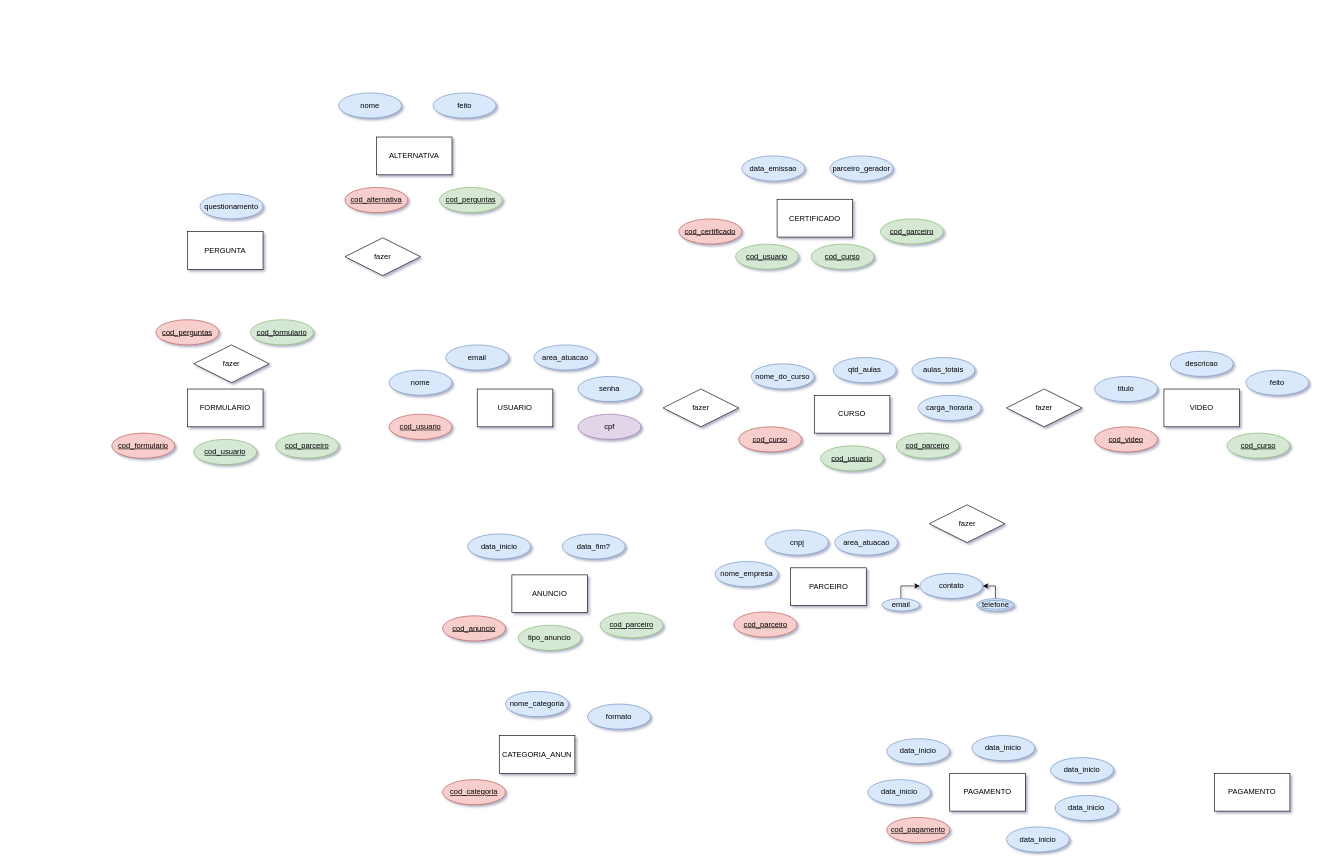
This is ST.drawio from arthurmesquita2001/Banco_de_Dados, a draw.io file, before an edit. Source tidied: cells renumbered, new cells numbered last; positions are measured from the earlier drawing's top-left corner, leaving out a move shared by most shapes. Both pictures are drawn from the tidied source at 63%, with x=0, y=0 at pixel (112, 93).
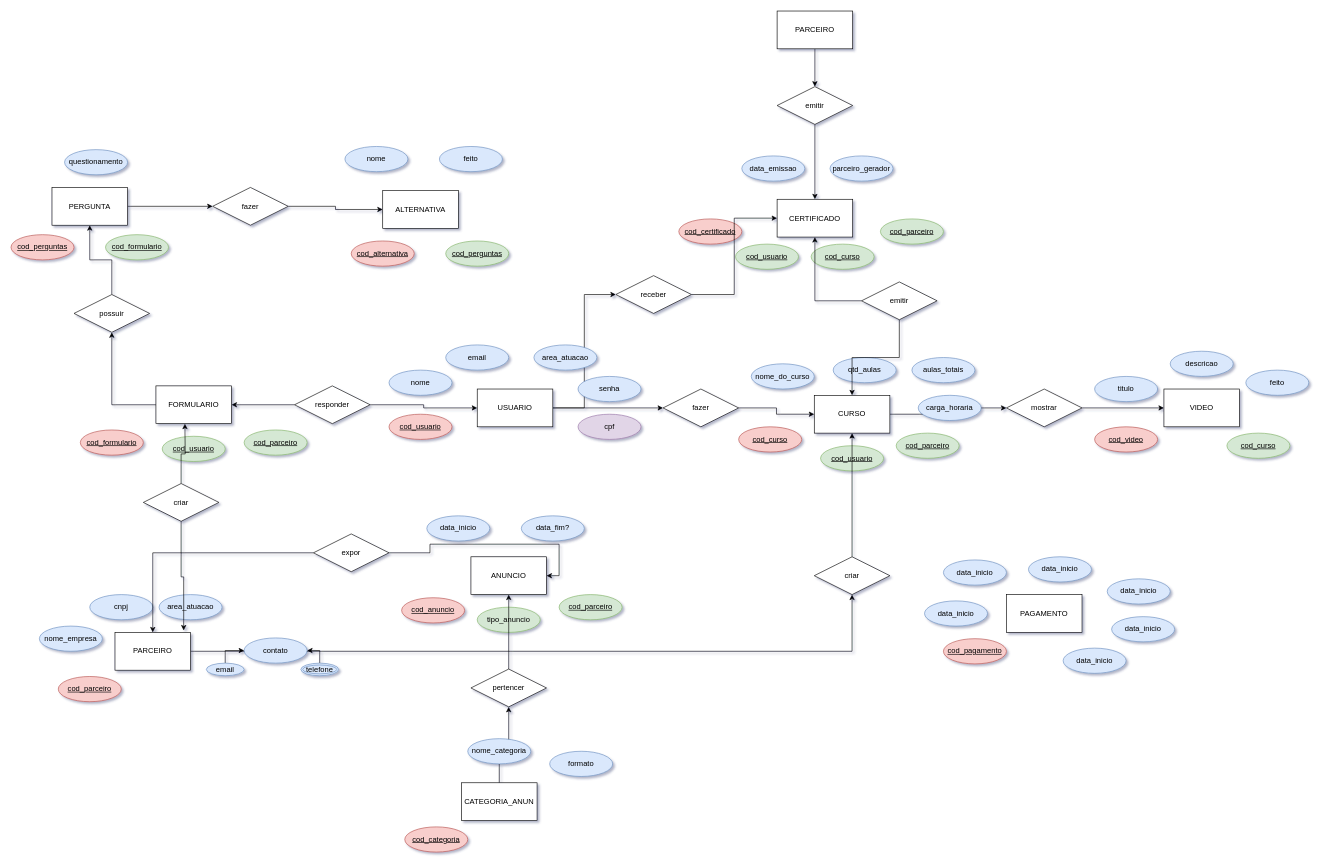
The same page after the edit.

Unchanged cells that the change refers to:
```xml
<mxCell id="2" value="USUARIO" style="rounded=0;whiteSpace=wrap;html=1;" parent="1" vertex="1">
  <mxGeometry x="580" y="470" width="120" height="60" as="geometry" />
</mxCell>
<mxCell id="6" value="CURSO" style="rounded=0;whiteSpace=wrap;html=1;" parent="1" vertex="1">
  <mxGeometry x="1115" y="480" width="120" height="60" as="geometry" />
</mxCell>
<mxCell id="11" value="VIDEO" style="rounded=0;whiteSpace=wrap;html=1;" parent="1" vertex="1">
  <mxGeometry x="1670" y="470" width="120" height="60" as="geometry" />
</mxCell>
<mxCell id="55" value="CERTIFICADO" style="rounded=0;whiteSpace=wrap;html=1;" parent="1" vertex="1">
  <mxGeometry x="1056" y="168.8" width="120" height="60" as="geometry" />
</mxCell>
<mxCell id="73" value="fazer" style="shape=rhombus;perimeter=rhombusPerimeter;whiteSpace=wrap;html=1;align=center;" parent="1" vertex="1">
  <mxGeometry x="875" y="470" width="120" height="60" as="geometry" />
</mxCell>
```

The edit, as a diff of the source:
```diff
@@
+    <mxCell id="78" style="edgeStyle=orthogonalEdgeStyle;rounded=0;jettySize=auto;html=1;entryX=0;entryY=0.5;entryDx=0;entryDy=0;" parent="1" edge="1" source="2" target="92">
+      <mxGeometry relative="1" as="geometry" />
+    </mxCell>
+    <mxCell id="79" style="edgeStyle=orthogonalEdgeStyle;rounded=0;jettySize=auto;html=1;entryX=0;entryY=0.5;entryDx=0;entryDy=0;" parent="1" edge="1" source="2" target="73">
+      <mxGeometry relative="1" as="geometry" />
+    </mxCell>
@@
+    <mxCell id="80" style="edgeStyle=orthogonalEdgeStyle;rounded=0;jettySize=auto;html=1;entryX=0;entryY=0.5;entryDx=0;entryDy=0;" parent="1" edge="1" source="6" target="75">
+      <mxGeometry relative="1" as="geometry" />
+    </mxCell>
@@
+    <mxCell id="81" style="edgeStyle=orthogonalEdgeStyle;rounded=0;jettySize=auto;html=1;entryX=0.5;entryY=1;entryDx=0;entryDy=0;" parent="1" edge="1" source="16" target="102">
+      <mxGeometry relative="1" as="geometry" />
+    </mxCell>
     <mxCell id="16" value="PARCEIRO" style="rounded=0;whiteSpace=wrap;html=1;" parent="1" vertex="1">
-      <mxGeometry x="1077.5" y="753.8" width="120" height="60" as="geometry" />
+      <mxGeometry x="5" y="856.3" width="120" height="60" as="geometry" />
     </mxCell>
     <mxCell id="17" value="cod_parceiro" style="ellipse;whiteSpace=wrap;html=1;align=center;fontStyle=4;fillColor=#f8cecc;strokeColor=#b85450;" parent="1" vertex="1">
-      <mxGeometry x="987.5" y="823.8" width="100" height="40" as="geometry" />
+      <mxGeometry x="-85" y="926.3" width="100" height="40" as="geometry" />
     </mxCell>
@@
     <mxCell id="19" value="ANUNCIO" style="rounded=0;whiteSpace=wrap;html=1;" parent="1" vertex="1">
-      <mxGeometry x="635" y="765" width="120" height="60" as="geometry" />
+      <mxGeometry x="570" y="736.3" width="120" height="60" as="geometry" />
     </mxCell>
     <mxCell id="20" value="nome_empresa" style="ellipse;whiteSpace=wrap;html=1;align=center;fillColor=#dae8fc;strokeColor=#6c8ebf;" parent="1" vertex="1">
-      <mxGeometry x="957.5" y="743.8" width="100" height="40" as="geometry" />
+      <mxGeometry x="-115" y="846.3" width="100" height="40" as="geometry" />
     </mxCell>
     <mxCell id="21" value="cnpj" style="ellipse;whiteSpace=wrap;html=1;align=center;fillColor=#dae8fc;strokeColor=#6c8ebf;" parent="1" vertex="1">
-      <mxGeometry x="1037.5" y="693.8" width="100" height="40" as="geometry" />
+      <mxGeometry x="-35" y="796.3" width="100" height="40" as="geometry" />
     </mxCell>
     <mxCell id="22" value="area_atuacao" style="ellipse;whiteSpace=wrap;html=1;align=center;fillColor=#dae8fc;strokeColor=#6c8ebf;" parent="1" vertex="1">
-      <mxGeometry x="1147.5" y="693.8" width="100" height="40" as="geometry" />
+      <mxGeometry x="75" y="796.3" width="100" height="40" as="geometry" />
     </mxCell>
@@
     <mxCell id="25" value="PAGAMENTO" style="rounded=0;whiteSpace=wrap;html=1;" parent="1" vertex="1">
-      <mxGeometry x="1330" y="1080" width="120" height="60" as="geometry" />
+      <mxGeometry x="1420" y="796.3" width="120" height="60" as="geometry" />
     </mxCell>
     <mxCell id="26" value="contato" style="ellipse;whiteSpace=wrap;html=1;fillColor=#dae8fc;strokeColor=#6c8ebf;" parent="1" vertex="1">
-      <mxGeometry x="1282.5" y="762.6" width="100" height="40" as="geometry" />
+      <mxGeometry x="210" y="865.1" width="100" height="40" as="geometry" />
     </mxCell>
@@
     <mxCell id="28" value="email" style="ellipse;whiteSpace=wrap;html=1;align=center;fontSize=12;fillColor=#dae8fc;strokeColor=#6c8ebf;" parent="1" vertex="1">
-      <mxGeometry x="1222.5" y="802.6" width="60" height="20" as="geometry" />
+      <mxGeometry x="150" y="905.1" width="60" height="20" as="geometry" />
     </mxCell>
@@
     <mxCell id="30" value="telefone" style="ellipse;shape=doubleEllipse;margin=3;whiteSpace=wrap;html=1;align=center;fillColor=#dae8fc;strokeColor=#6c8ebf;" parent="1" vertex="1">
-      <mxGeometry x="1372.5" y="802.6" width="60" height="20" as="geometry" />
+      <mxGeometry x="300" y="905.1" width="60" height="20" as="geometry" />
     </mxCell>
@@
     <mxCell id="33" value="cod_anuncio" style="ellipse;whiteSpace=wrap;html=1;align=center;fontStyle=4;fillColor=#f8cecc;strokeColor=#b85450;" parent="1" vertex="1">
-      <mxGeometry x="525" y="830" width="100" height="40" as="geometry" />
+      <mxGeometry x="460" y="801.3" width="100" height="40" as="geometry" />
     </mxCell>
     <mxCell id="34" value="cod_pagamento" style="ellipse;whiteSpace=wrap;html=1;align=center;fontStyle=4;fillColor=#f8cecc;strokeColor=#b85450;" parent="1" vertex="1">
-      <mxGeometry x="1230" y="1150" width="100" height="40" as="geometry" />
+      <mxGeometry x="1320" y="866.3" width="100" height="40" as="geometry" />
     </mxCell>
@@
     <mxCell id="37" value="data_inicio" style="ellipse;whiteSpace=wrap;html=1;align=center;fillColor=#dae8fc;strokeColor=#6c8ebf;" parent="1" vertex="1">
-      <mxGeometry x="1230" y="1025" width="100" height="40" as="geometry" />
+      <mxGeometry x="1320" y="741.3" width="100" height="40" as="geometry" />
     </mxCell>
     <mxCell id="38" value="data_inicio" style="ellipse;whiteSpace=wrap;html=1;align=center;fillColor=#dae8fc;strokeColor=#6c8ebf;" parent="1" vertex="1">
-      <mxGeometry x="1365" y="1020" width="100" height="40" as="geometry" />
+      <mxGeometry x="1455" y="736.3" width="100" height="40" as="geometry" />
     </mxCell>
     <mxCell id="39" value="data_inicio" style="ellipse;whiteSpace=wrap;html=1;align=center;fillColor=#dae8fc;strokeColor=#6c8ebf;" parent="1" vertex="1">
-      <mxGeometry x="1490" y="1055" width="100" height="40" as="geometry" />
+      <mxGeometry x="1580" y="771.3" width="100" height="40" as="geometry" />
     </mxCell>
     <mxCell id="40" value="data_inicio" style="ellipse;whiteSpace=wrap;html=1;align=center;fillColor=#dae8fc;strokeColor=#6c8ebf;" parent="1" vertex="1">
-      <mxGeometry x="1497" y="1115" width="100" height="40" as="geometry" />
+      <mxGeometry x="1587" y="831.3" width="100" height="40" as="geometry" />
     </mxCell>
     <mxCell id="41" value="data_inicio" style="ellipse;whiteSpace=wrap;html=1;align=center;fillColor=#dae8fc;strokeColor=#6c8ebf;" parent="1" vertex="1">
-      <mxGeometry x="1200" y="1090" width="100" height="40" as="geometry" />
+      <mxGeometry x="1290" y="806.3" width="100" height="40" as="geometry" />
     </mxCell>
     <mxCell id="42" value="data_inicio" style="ellipse;whiteSpace=wrap;html=1;align=center;fillColor=#dae8fc;strokeColor=#6c8ebf;" parent="1" vertex="1">
-      <mxGeometry x="1420" y="1165" width="100" height="40" as="geometry" />
+      <mxGeometry x="1510" y="881.3" width="100" height="40" as="geometry" />
     </mxCell>
-    <mxCell id="43" value="PAGAMENTO" style="rounded=0;whiteSpace=wrap;html=1;" parent="1" vertex="1">
-      <mxGeometry x="1750" y="1080" width="120" height="60" as="geometry" />
-    </mxCell>
     <mxCell id="44" value="cod_parceiro" style="ellipse;whiteSpace=wrap;html=1;align=center;fontStyle=4;fillColor=#d5e8d4;strokeColor=#82b366;" parent="1" vertex="1">
-      <mxGeometry x="775" y="825" width="100" height="40" as="geometry" />
+      <mxGeometry x="710" y="796.3" width="100" height="40" as="geometry" />
     </mxCell>
+    <mxCell id="82" style="edgeStyle=orthogonalEdgeStyle;rounded=0;jettySize=auto;html=1;entryX=0.5;entryY=1;entryDx=0;entryDy=0;" parent="1" edge="1" source="45" target="77">
+      <mxGeometry relative="1" as="geometry" />
+    </mxCell>
     <mxCell id="45" value="FORMULARIO" style="rounded=0;whiteSpace=wrap;html=1;" parent="1" vertex="1">
-      <mxGeometry x="120" y="470" width="120" height="60" as="geometry" />
+      <mxGeometry x="70" y="465" width="120" height="60" as="geometry" />
     </mxCell>
     <mxCell id="46" value="cod_formulario" style="ellipse;whiteSpace=wrap;html=1;align=center;fontStyle=4;fillColor=#f8cecc;strokeColor=#b85450;" parent="1" vertex="1">
-      <mxGeometry y="540" width="100" height="40" as="geometry" />
+      <mxGeometry x="-50" y="535" width="100" height="40" as="geometry" />
     </mxCell>
     <mxCell id="47" value="tipo_anuncio" style="ellipse;whiteSpace=wrap;html=1;align=center;fillColor=#d5e8d4;strokeColor=#82b366;" parent="1" vertex="1">
-      <mxGeometry x="645" y="845" width="100" height="40" as="geometry" />
+      <mxGeometry x="580" y="816.3" width="100" height="40" as="geometry" />
     </mxCell>
+    <mxCell id="83" style="edgeStyle=orthogonalEdgeStyle;rounded=0;jettySize=auto;html=1;entryX=0.5;entryY=1;entryDx=0;entryDy=0;" parent="1" edge="1" source="48" target="100">
+      <mxGeometry relative="1" as="geometry" />
+    </mxCell>
     <mxCell id="48" value="CATEGORIA_ANUN" style="rounded=0;whiteSpace=wrap;html=1;" parent="1" vertex="1">
-      <mxGeometry x="615" y="1020" width="120" height="60" as="geometry" />
+      <mxGeometry x="555" y="1095" width="120" height="60" as="geometry" />
     </mxCell>
     <mxCell id="49" value="cod_categoria" style="ellipse;whiteSpace=wrap;html=1;align=center;fontStyle=4;fillColor=#f8cecc;strokeColor=#b85450;" parent="1" vertex="1">
-      <mxGeometry x="525" y="1090" width="100" height="40" as="geometry" />
+      <mxGeometry x="465" y="1165" width="100" height="40" as="geometry" />
     </mxCell>
     <mxCell id="50" value="nome_categoria" style="ellipse;whiteSpace=wrap;html=1;align=center;fillColor=#dae8fc;strokeColor=#6c8ebf;" parent="1" vertex="1">
-      <mxGeometry x="625" y="950" width="100" height="40" as="geometry" />
+      <mxGeometry x="565" y="1025" width="100" height="40" as="geometry" />
     </mxCell>
     <mxCell id="51" value="formato" style="ellipse;whiteSpace=wrap;html=1;align=center;fillColor=#dae8fc;strokeColor=#6c8ebf;" parent="1" vertex="1">
-      <mxGeometry x="755" y="970" width="100" height="40" as="geometry" />
+      <mxGeometry x="695" y="1045" width="100" height="40" as="geometry" />
     </mxCell>
     <mxCell id="52" value="data_inicio" style="ellipse;whiteSpace=wrap;html=1;align=center;fillColor=#dae8fc;strokeColor=#6c8ebf;" parent="1" vertex="1">
-      <mxGeometry x="565" y="700" width="100" height="40" as="geometry" />
+      <mxGeometry x="500" y="671.3" width="100" height="40" as="geometry" />
     </mxCell>
     <mxCell id="53" value="data_fim?" style="ellipse;whiteSpace=wrap;html=1;align=center;fillColor=#dae8fc;strokeColor=#6c8ebf;" parent="1" vertex="1">
-      <mxGeometry x="715" y="700" width="100" height="40" as="geometry" />
+      <mxGeometry x="650" y="671.3" width="100" height="40" as="geometry" />
     </mxCell>
     <mxCell id="54" value="cod_usuario" style="ellipse;whiteSpace=wrap;html=1;align=center;fontStyle=4;fillColor=#d5e8d4;strokeColor=#82b366;" parent="1" vertex="1">
-      <mxGeometry x="130" y="550" width="100" height="40" as="geometry" />
+      <mxGeometry x="80" y="545" width="100" height="40" as="geometry" />
     </mxCell>
@@
     <mxCell id="58" value="cod_parceiro" style="ellipse;whiteSpace=wrap;html=1;align=center;fontStyle=4;fillColor=#d5e8d4;strokeColor=#82b366;" parent="1" vertex="1">
-      <mxGeometry x="260" y="540" width="100" height="40" as="geometry" />
+      <mxGeometry x="210" y="535" width="100" height="40" as="geometry" />
     </mxCell>
+    <mxCell id="84" style="edgeStyle=orthogonalEdgeStyle;rounded=0;jettySize=auto;html=1;entryX=0;entryY=0.5;entryDx=0;entryDy=0;" parent="1" edge="1" source="59" target="76">
+      <mxGeometry relative="1" as="geometry" />
+    </mxCell>
     <mxCell id="59" value="PERGUNTA" style="rounded=0;whiteSpace=wrap;html=1;" parent="1" vertex="1">
-      <mxGeometry x="120" y="220" width="120" height="60" as="geometry" />
+      <mxGeometry x="-95" y="150" width="120" height="60" as="geometry" />
     </mxCell>
     <mxCell id="60" value="cod_perguntas" style="ellipse;whiteSpace=wrap;html=1;align=center;fontStyle=4;fillColor=#f8cecc;strokeColor=#b85450;" parent="1" vertex="1">
-      <mxGeometry x="70" y="360" width="100" height="40" as="geometry" />
+      <mxGeometry x="-160" y="225" width="100" height="40" as="geometry" />
     </mxCell>
     <mxCell id="61" value="cod_formulario" style="ellipse;whiteSpace=wrap;html=1;align=center;fontStyle=4;fillColor=#d5e8d4;strokeColor=#82b366;" parent="1" vertex="1">
-      <mxGeometry x="220" y="360" width="100" height="40" as="geometry" />
+      <mxGeometry x="-10" y="225" width="100" height="40" as="geometry" />
     </mxCell>
     <mxCell id="62" value="questionamento" style="ellipse;whiteSpace=wrap;html=1;align=center;fillColor=#dae8fc;strokeColor=#6c8ebf;" parent="1" vertex="1">
-      <mxGeometry x="140" y="160" width="100" height="40" as="geometry" />
+      <mxGeometry x="-75" y="90" width="100" height="40" as="geometry" />
     </mxCell>
     <mxCell id="63" value="ALTERNATIVA" style="rounded=0;whiteSpace=wrap;html=1;" parent="1" vertex="1">
-      <mxGeometry x="420" y="70" width="120" height="60" as="geometry" />
+      <mxGeometry x="430" y="155" width="120" height="60" as="geometry" />
     </mxCell>
     <mxCell id="64" value="cod_alternativa" style="ellipse;whiteSpace=wrap;html=1;align=center;fontStyle=4;fillColor=#f8cecc;strokeColor=#b85450;" parent="1" vertex="1">
-      <mxGeometry x="370" y="150" width="100" height="40" as="geometry" />
+      <mxGeometry x="380" y="235" width="100" height="40" as="geometry" />
     </mxCell>
     <mxCell id="65" value="cod_perguntas" style="ellipse;whiteSpace=wrap;html=1;align=center;fontStyle=4;fillColor=#d5e8d4;strokeColor=#82b366;" parent="1" vertex="1">
-      <mxGeometry x="520" y="150" width="100" height="40" as="geometry" />
+      <mxGeometry x="530" y="235" width="100" height="40" as="geometry" />
     </mxCell>
     <mxCell id="66" value="nome" style="ellipse;whiteSpace=wrap;html=1;align=center;fillColor=#dae8fc;strokeColor=#6c8ebf;" parent="1" vertex="1">
-      <mxGeometry x="360" width="100" height="40" as="geometry" />
+      <mxGeometry x="370" y="85" width="100" height="40" as="geometry" />
     </mxCell>
     <mxCell id="67" value="feito" style="ellipse;whiteSpace=wrap;html=1;align=center;fillColor=#dae8fc;strokeColor=#6c8ebf;" parent="1" vertex="1">
-      <mxGeometry x="510" width="100" height="40" as="geometry" />
+      <mxGeometry x="520" y="85" width="100" height="40" as="geometry" />
     </mxCell>
@@
+    <mxCell id="85" style="edgeStyle=orthogonalEdgeStyle;rounded=0;jettySize=auto;html=1;entryX=0;entryY=0.5;entryDx=0;entryDy=0;" parent="1" edge="1" source="73" target="6">
+      <mxGeometry relative="1" as="geometry" />
+    </mxCell>
@@
+    <mxCell id="86" style="edgeStyle=orthogonalEdgeStyle;rounded=0;jettySize=auto;html=1;entryX=1;entryY=0.5;entryDx=0;entryDy=0;" parent="1" edge="1" source="74" target="19">
+      <mxGeometry relative="1" as="geometry" />
+    </mxCell>
+    <mxCell id="87" style="edgeStyle=orthogonalEdgeStyle;rounded=0;jettySize=auto;html=1;" parent="1" edge="1" source="74" target="16">
+      <mxGeometry relative="1" as="geometry" />
+    </mxCell>
-    <mxCell id="74" value="fazer" style="shape=rhombus;perimeter=rhombusPerimeter;whiteSpace=wrap;html=1;align=center;" parent="1" vertex="1">
-      <mxGeometry x="1297.5" y="653.8" width="120" height="60" as="geometry" />
+    <mxCell id="74" value="expor" style="shape=rhombus;perimeter=rhombusPerimeter;whiteSpace=wrap;html=1;align=center;" parent="1" vertex="1">
+      <mxGeometry x="320" y="700" width="120" height="60" as="geometry" />
     </mxCell>
+    <mxCell id="88" style="edgeStyle=orthogonalEdgeStyle;rounded=0;jettySize=auto;html=1;entryX=0;entryY=0.5;entryDx=0;entryDy=0;" parent="1" edge="1" source="75" target="11">
+      <mxGeometry relative="1" as="geometry" />
+    </mxCell>
-    <mxCell id="75" value="fazer" style="shape=rhombus;perimeter=rhombusPerimeter;whiteSpace=wrap;html=1;align=center;" parent="1" vertex="1">
+    <mxCell id="75" value="mostrar" style="shape=rhombus;perimeter=rhombusPerimeter;whiteSpace=wrap;html=1;align=center;" parent="1" vertex="1">
       <mxGeometry x="1420" y="470" width="120" height="60" as="geometry" />
     </mxCell>
+    <mxCell id="89" style="edgeStyle=orthogonalEdgeStyle;rounded=0;jettySize=auto;html=1;" parent="1" edge="1" source="76" target="63">
+      <mxGeometry relative="1" as="geometry" />
+    </mxCell>
     <mxCell id="76" value="fazer" style="shape=rhombus;perimeter=rhombusPerimeter;whiteSpace=wrap;html=1;align=center;" parent="1" vertex="1">
-      <mxGeometry x="370" y="230" width="120" height="60" as="geometry" />
+      <mxGeometry x="160" y="150" width="120" height="60" as="geometry" />
     </mxCell>
+    <mxCell id="90" style="edgeStyle=orthogonalEdgeStyle;rounded=0;jettySize=auto;html=1;entryX=0.5;entryY=1;entryDx=0;entryDy=0;" parent="1" edge="1" source="77" target="59">
+      <mxGeometry relative="1" as="geometry" />
+    </mxCell>
-    <mxCell id="77" value="fazer" style="shape=rhombus;perimeter=rhombusPerimeter;whiteSpace=wrap;html=1;align=center;" parent="1" vertex="1">
-      <mxGeometry x="130" y="400" width="120" height="60" as="geometry" />
+    <mxCell id="77" value="possuir" style="shape=rhombus;perimeter=rhombusPerimeter;whiteSpace=wrap;html=1;align=center;" parent="1" vertex="1">
+      <mxGeometry x="-60" y="320" width="120" height="60" as="geometry" />
     </mxCell>
+    <mxCell id="91" style="edgeStyle=orthogonalEdgeStyle;rounded=0;jettySize=auto;html=1;entryX=0;entryY=0.5;entryDx=0;entryDy=0;" parent="1" edge="1" source="92" target="55">
+      <mxGeometry relative="1" as="geometry" />
+    </mxCell>
+    <mxCell id="92" value="receber" style="shape=rhombus;perimeter=rhombusPerimeter;whiteSpace=wrap;html=1;align=center;" parent="1" vertex="1">
+      <mxGeometry x="800" y="290" width="120" height="60" as="geometry" />
+    </mxCell>
+    <mxCell id="93" style="edgeStyle=orthogonalEdgeStyle;rounded=0;jettySize=auto;html=1;" parent="1" edge="1" source="95" target="2">
+      <mxGeometry relative="1" as="geometry" />
+    </mxCell>
+    <mxCell id="94" style="edgeStyle=orthogonalEdgeStyle;rounded=0;jettySize=auto;html=1;entryX=1;entryY=0.5;entryDx=0;entryDy=0;" parent="1" edge="1" source="95" target="45">
+      <mxGeometry relative="1" as="geometry" />
+    </mxCell>
+    <mxCell id="95" value="responder" style="shape=rhombus;perimeter=rhombusPerimeter;whiteSpace=wrap;html=1;align=center;" parent="1" vertex="1">
+      <mxGeometry x="290" y="465" width="120" height="60" as="geometry" />
+    </mxCell>
+    <mxCell id="96" style="edgeStyle=orthogonalEdgeStyle;rounded=0;jettySize=auto;html=1;" parent="1" edge="1" source="98">
+      <mxGeometry relative="1" as="geometry">
+        <mxPoint x="116" y="525" as="targetPoint" />
+      </mxGeometry>
+    </mxCell>
+    <mxCell id="97" style="edgeStyle=orthogonalEdgeStyle;rounded=0;jettySize=auto;html=1;entryX=0.909;entryY=-0.051;entryDx=0;entryDy=0;entryPerimeter=0;" parent="1" edge="1" source="98" target="16">
+      <mxGeometry relative="1" as="geometry" />
+    </mxCell>
+    <mxCell id="98" value="criar" style="shape=rhombus;perimeter=rhombusPerimeter;whiteSpace=wrap;html=1;align=center;" parent="1" vertex="1">
+      <mxGeometry x="50" y="620" width="120" height="60" as="geometry" />
+    </mxCell>
+    <mxCell id="99" style="edgeStyle=orthogonalEdgeStyle;rounded=0;jettySize=auto;html=1;entryX=0.5;entryY=1;entryDx=0;entryDy=0;" parent="1" edge="1" source="100" target="19">
+      <mxGeometry relative="1" as="geometry" />
+    </mxCell>
+    <mxCell id="100" value="pertencer" style="shape=rhombus;perimeter=rhombusPerimeter;whiteSpace=wrap;html=1;align=center;" parent="1" vertex="1">
+      <mxGeometry x="570" y="914.5" width="120" height="60" as="geometry" />
+    </mxCell>
+    <mxCell id="101" style="edgeStyle=orthogonalEdgeStyle;rounded=0;jettySize=auto;html=1;entryX=0.5;entryY=1;entryDx=0;entryDy=0;" parent="1" edge="1" source="102" target="6">
+      <mxGeometry relative="1" as="geometry" />
+    </mxCell>
+    <mxCell id="102" value="criar" style="shape=rhombus;perimeter=rhombusPerimeter;whiteSpace=wrap;html=1;align=center;" parent="1" vertex="1">
+      <mxGeometry x="1115" y="736.3" width="120" height="60" as="geometry" />
+    </mxCell>
+    <mxCell id="103" style="edgeStyle=orthogonalEdgeStyle;rounded=0;jettySize=auto;html=1;entryX=0.5;entryY=0;entryDx=0;entryDy=0;" parent="1" edge="1" source="104" target="55">
+      <mxGeometry relative="1" as="geometry" />
+    </mxCell>
+    <mxCell id="104" value="emitir" style="shape=rhombus;perimeter=rhombusPerimeter;whiteSpace=wrap;html=1;align=center;" parent="1" vertex="1">
+      <mxGeometry x="1056" y="-10" width="120" height="60" as="geometry" />
+    </mxCell>
+    <mxCell id="105" style="edgeStyle=orthogonalEdgeStyle;rounded=0;jettySize=auto;html=1;" parent="1" edge="1" source="106" target="104">
+      <mxGeometry relative="1" as="geometry" />
+    </mxCell>
+    <mxCell id="106" value="PARCEIRO" style="rounded=0;whiteSpace=wrap;html=1;" parent="1" vertex="1">
+      <mxGeometry x="1056" y="-130" width="120" height="60" as="geometry" />
+    </mxCell>
+    <mxCell id="107" style="edgeStyle=orthogonalEdgeStyle;rounded=0;jettySize=auto;html=1;entryX=0.5;entryY=0;entryDx=0;entryDy=0;" parent="1" edge="1" source="109" target="6">
+      <mxGeometry relative="1" as="geometry" />
+    </mxCell>
+    <mxCell id="108" style="edgeStyle=orthogonalEdgeStyle;rounded=0;jettySize=auto;html=1;" parent="1" edge="1" source="109" target="55">
+      <mxGeometry relative="1" as="geometry" />
+    </mxCell>
+    <mxCell id="109" value="emitir" style="shape=rhombus;perimeter=rhombusPerimeter;whiteSpace=wrap;html=1;align=center;" parent="1" vertex="1">
+      <mxGeometry x="1190" y="300" width="120" height="60" as="geometry" />
+    </mxCell>
```
